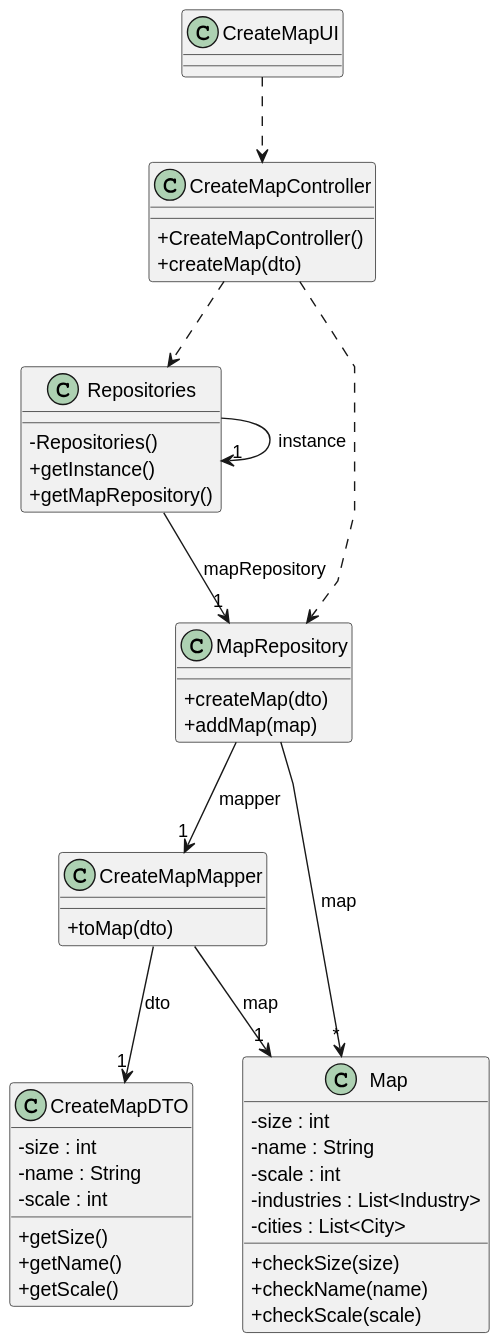
This is Sprint3/US001/03.design/svg/US001-CD.svg from 1240935/pi2-railway-simulator, a PlantUML export, as it was before one commit.
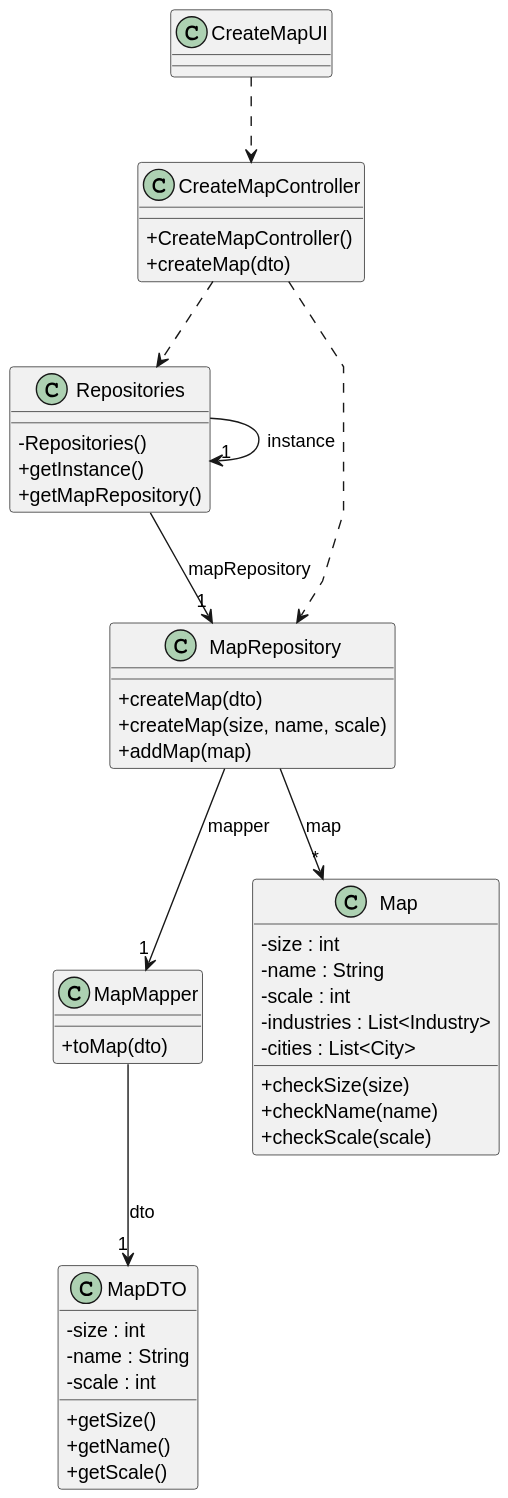
After the commit.

Change to the diagram source:
```diff
@@ -16,7 +16,7 @@
   +createMap(dto)
 }
 
-class CreateMapDTO {
+class MapDTO {
     - size : int
     - name : String
     - scale : int
@@ -25,12 +25,13 @@
     + getScale()
 }
 
-class CreateMapMapper {
+class MapMapper {
     + toMap(dto)
 }
 
 class MapRepository {
     + createMap(dto)
+    + createMap(size, name, scale)
     + addMap(map)
 }
 
@@ -55,9 +56,8 @@
 
 CreateMapController ..> MapRepository
 CreateMapController ..> Repositories
-CreateMapMapper --> "1" CreateMapDTO: dto
-CreateMapMapper --> "1" Map : map
-MapRepository --> "1" CreateMapMapper: mapper
+MapMapper --> "1" MapDTO: dto
+MapRepository --> "1" MapMapper: mapper
 MapRepository --> "*" Map: map
 Repositories --> "1" MapRepository : mapRepository
 Repositories -> "1" Repositories : instance
```
